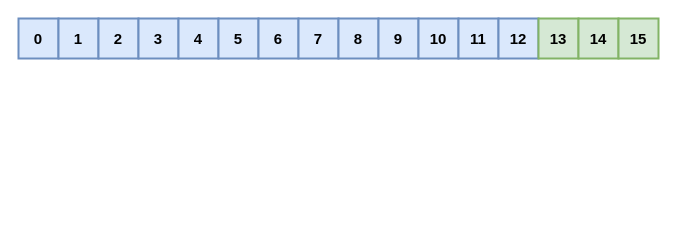
The draw.io diagram redis/redis-scan-slot-1.drawio in donscoco/diagrams, before the edit. Source tidied: cells renumbered, new cells numbered last; positions are measured from the earlier drawing's top-left corner, leaving out a move shared by most shapes. Both pictures are drawn from the tidied source at 100%, with x=0, y=0 at pixel (18, 18).
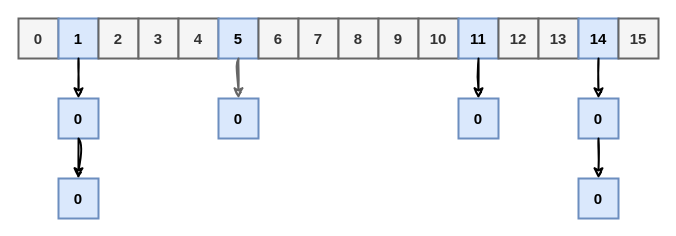
The same diagram, later.

Unchanged cells that the change refers to:
```xml
<mxCell id="3" value="1" style="rounded=0;whiteSpace=wrap;html=1;strokeWidth=2;fillWeight=4;hachureGap=8;hachureAngle=45;fillColor=#dae8fc;strokeColor=#6c8ebf;fontSize=15;fontStyle=1;" parent="1" vertex="1">
  <mxGeometry x="40" width="40" height="40" as="geometry" />
</mxCell>
<mxCell id="7" value="5" style="rounded=0;whiteSpace=wrap;html=1;strokeWidth=2;fillWeight=4;hachureGap=8;hachureAngle=45;fillColor=#dae8fc;strokeColor=#6c8ebf;fontSize=15;fontStyle=1;" parent="1" vertex="1">
  <mxGeometry x="200" width="40" height="40" as="geometry" />
</mxCell>
<mxCell id="13" value="11" style="rounded=0;whiteSpace=wrap;html=1;strokeWidth=2;fillWeight=4;hachureGap=8;hachureAngle=45;fillColor=#dae8fc;strokeColor=#6c8ebf;fontSize=15;fontStyle=1;" parent="1" vertex="1">
  <mxGeometry x="440" width="40" height="40" as="geometry" />
</mxCell>
```

The edit, as a diff of the source:
```diff
@@
-    <mxCell id="2" value="0" style="rounded=0;whiteSpace=wrap;html=1;strokeWidth=2;fillWeight=4;hachureGap=8;hachureAngle=45;fillColor=#dae8fc;strokeColor=#6c8ebf;fontSize=15;fontStyle=1;" parent="1" vertex="1">
+    <mxCell id="2" value="0" style="rounded=0;whiteSpace=wrap;html=1;strokeWidth=2;fillWeight=4;hachureGap=8;hachureAngle=45;fillColor=#f5f5f5;strokeColor=#666666;fontSize=15;fontStyle=1;fontColor=#333333;" parent="1" vertex="1">
       <mxGeometry width="40" height="40" as="geometry" />
     </mxCell>
@@
-    <mxCell id="4" value="2" style="rounded=0;whiteSpace=wrap;html=1;strokeWidth=2;fillWeight=4;hachureGap=8;hachureAngle=45;fillColor=#dae8fc;strokeColor=#6c8ebf;fontSize=15;fontStyle=1;" parent="1" vertex="1">
+    <mxCell id="4" value="2" style="rounded=0;whiteSpace=wrap;html=1;strokeWidth=2;fillWeight=4;hachureGap=8;hachureAngle=45;fillColor=#f5f5f5;strokeColor=#666666;fontSize=15;fontStyle=1;fontColor=#333333;" parent="1" vertex="1">
       <mxGeometry x="80" width="40" height="40" as="geometry" />
     </mxCell>
-    <mxCell id="5" value="3" style="rounded=0;whiteSpace=wrap;html=1;strokeWidth=2;fillWeight=4;hachureGap=8;hachureAngle=45;fillColor=#dae8fc;strokeColor=#6c8ebf;fontSize=15;fontStyle=1;" parent="1" vertex="1">
+    <mxCell id="5" value="3" style="rounded=0;whiteSpace=wrap;html=1;strokeWidth=2;fillWeight=4;hachureGap=8;hachureAngle=45;fillColor=#f5f5f5;strokeColor=#666666;fontSize=15;fontStyle=1;fontColor=#333333;" parent="1" vertex="1">
       <mxGeometry x="120" width="40" height="40" as="geometry" />
     </mxCell>
-    <mxCell id="6" value="4" style="rounded=0;whiteSpace=wrap;html=1;strokeWidth=2;fillWeight=4;hachureGap=8;hachureAngle=45;fillColor=#dae8fc;strokeColor=#6c8ebf;fontSize=15;fontStyle=1;" parent="1" vertex="1">
+    <mxCell id="6" value="4" style="rounded=0;whiteSpace=wrap;html=1;strokeWidth=2;fillWeight=4;hachureGap=8;hachureAngle=45;fillColor=#f5f5f5;strokeColor=#666666;fontSize=15;fontStyle=1;fontColor=#333333;" parent="1" vertex="1">
       <mxGeometry x="160" width="40" height="40" as="geometry" />
     </mxCell>
@@
-    <mxCell id="8" value="6" style="rounded=0;whiteSpace=wrap;html=1;strokeWidth=2;fillWeight=4;hachureGap=8;hachureAngle=45;fillColor=#dae8fc;strokeColor=#6c8ebf;fontSize=15;fontStyle=1;" parent="1" vertex="1">
+    <mxCell id="8" value="6" style="rounded=0;whiteSpace=wrap;html=1;strokeWidth=2;fillWeight=4;hachureGap=8;hachureAngle=45;fillColor=#f5f5f5;strokeColor=#666666;fontSize=15;fontStyle=1;fontColor=#333333;" parent="1" vertex="1">
       <mxGeometry x="240" width="40" height="40" as="geometry" />
     </mxCell>
-    <mxCell id="9" value="7" style="rounded=0;whiteSpace=wrap;html=1;strokeWidth=2;fillWeight=4;hachureGap=8;hachureAngle=45;fillColor=#dae8fc;strokeColor=#6c8ebf;fontSize=15;fontStyle=1;" parent="1" vertex="1">
+    <mxCell id="9" value="7" style="rounded=0;whiteSpace=wrap;html=1;strokeWidth=2;fillWeight=4;hachureGap=8;hachureAngle=45;fillColor=#f5f5f5;strokeColor=#666666;fontSize=15;fontStyle=1;fontColor=#333333;" parent="1" vertex="1">
       <mxGeometry x="280" width="40" height="40" as="geometry" />
     </mxCell>
-    <mxCell id="10" value="8" style="rounded=0;whiteSpace=wrap;html=1;strokeWidth=2;fillWeight=4;hachureGap=8;hachureAngle=45;fillColor=#dae8fc;strokeColor=#6c8ebf;fontSize=15;fontStyle=1;" parent="1" vertex="1">
+    <mxCell id="10" value="8" style="rounded=0;whiteSpace=wrap;html=1;strokeWidth=2;fillWeight=4;hachureGap=8;hachureAngle=45;fillColor=#f5f5f5;strokeColor=#666666;fontSize=15;fontStyle=1;fontColor=#333333;" parent="1" vertex="1">
       <mxGeometry x="320" width="40" height="40" as="geometry" />
     </mxCell>
-    <mxCell id="11" value="9" style="rounded=0;whiteSpace=wrap;html=1;strokeWidth=2;fillWeight=4;hachureGap=8;hachureAngle=45;fillColor=#dae8fc;strokeColor=#6c8ebf;fontSize=15;fontStyle=1;" parent="1" vertex="1">
+    <mxCell id="11" value="9" style="rounded=0;whiteSpace=wrap;html=1;strokeWidth=2;fillWeight=4;hachureGap=8;hachureAngle=45;fillColor=#f5f5f5;strokeColor=#666666;fontSize=15;fontStyle=1;fontColor=#333333;" parent="1" vertex="1">
       <mxGeometry x="360" width="40" height="40" as="geometry" />
     </mxCell>
-    <mxCell id="12" value="10" style="rounded=0;whiteSpace=wrap;html=1;strokeWidth=2;fillWeight=4;hachureGap=8;hachureAngle=45;fillColor=#dae8fc;strokeColor=#6c8ebf;fontSize=15;fontStyle=1;" parent="1" vertex="1">
+    <mxCell id="12" value="10" style="rounded=0;whiteSpace=wrap;html=1;strokeWidth=2;fillWeight=4;hachureGap=8;hachureAngle=45;fillColor=#f5f5f5;strokeColor=#666666;fontSize=15;fontStyle=1;fontColor=#333333;" parent="1" vertex="1">
       <mxGeometry x="400" width="40" height="40" as="geometry" />
     </mxCell>
@@
-    <mxCell id="14" value="12" style="rounded=0;whiteSpace=wrap;html=1;strokeWidth=2;fillWeight=4;hachureGap=8;hachureAngle=45;fillColor=#dae8fc;strokeColor=#6c8ebf;fontSize=15;fontStyle=1;" parent="1" vertex="1">
+    <mxCell id="14" value="12" style="rounded=0;whiteSpace=wrap;html=1;strokeWidth=2;fillWeight=4;hachureGap=8;hachureAngle=45;fillColor=#f5f5f5;strokeColor=#666666;fontSize=15;fontStyle=1;fontColor=#333333;" parent="1" vertex="1">
       <mxGeometry x="480" width="40" height="40" as="geometry" />
     </mxCell>
-    <mxCell id="15" value="13" style="rounded=0;whiteSpace=wrap;html=1;strokeWidth=2;fillWeight=4;hachureGap=8;hachureAngle=45;fillColor=#d5e8d4;strokeColor=#82b366;fontSize=15;fontStyle=1;" parent="1" vertex="1">
+    <mxCell id="15" value="13" style="rounded=0;whiteSpace=wrap;html=1;strokeWidth=2;fillWeight=4;hachureGap=8;hachureAngle=45;fillColor=#f5f5f5;strokeColor=#666666;fontSize=15;fontStyle=1;fontColor=#333333;" parent="1" vertex="1">
       <mxGeometry x="520" width="40" height="40" as="geometry" />
     </mxCell>
-    <mxCell id="16" value="14" style="rounded=0;whiteSpace=wrap;html=1;strokeWidth=2;fillWeight=4;hachureGap=8;hachureAngle=45;fillColor=#d5e8d4;strokeColor=#82b366;fontSize=15;fontStyle=1;" parent="1" vertex="1">
+    <mxCell id="16" value="14" style="rounded=0;whiteSpace=wrap;html=1;strokeWidth=2;fillWeight=4;hachureGap=8;hachureAngle=45;fillColor=#dae8fc;strokeColor=#6c8ebf;fontSize=15;fontStyle=1;" parent="1" vertex="1">
       <mxGeometry x="560" width="40" height="40" as="geometry" />
     </mxCell>
-    <mxCell id="17" value="15" style="rounded=0;whiteSpace=wrap;html=1;strokeWidth=2;fillWeight=4;hachureGap=8;hachureAngle=45;fillColor=#d5e8d4;strokeColor=#82b366;fontSize=15;fontStyle=1;" parent="1" vertex="1">
+    <mxCell id="17" value="15" style="rounded=0;whiteSpace=wrap;html=1;strokeWidth=2;fillWeight=4;hachureGap=8;hachureAngle=45;fillColor=#f5f5f5;strokeColor=#666666;fontSize=15;fontStyle=1;fontColor=#333333;" parent="1" vertex="1">
       <mxGeometry x="600" width="40" height="40" as="geometry" />
     </mxCell>
+    <mxCell id="18" value="0" style="rounded=0;whiteSpace=wrap;html=1;strokeWidth=2;fillWeight=4;hachureGap=8;hachureAngle=45;fillColor=#dae8fc;strokeColor=#6c8ebf;fontSize=15;fontStyle=1;" parent="1" vertex="1">
+      <mxGeometry x="40" y="80" width="40" height="40" as="geometry" />
+    </mxCell>
+    <mxCell id="19" value="0" style="rounded=0;whiteSpace=wrap;html=1;strokeWidth=2;fillWeight=4;hachureGap=8;hachureAngle=45;fillColor=#dae8fc;strokeColor=#6c8ebf;fontSize=15;fontStyle=1;" parent="1" vertex="1">
+      <mxGeometry x="40" y="160" width="40" height="40" as="geometry" />
+    </mxCell>
+    <mxCell id="20" style="endArrow=classic;html=1;rounded=0;strokeWidth=2;sketch=1;curveFitting=1;jiggle=2;exitX=0.5;exitY=1;exitDx=0;exitDy=0;entryX=0.5;entryY=0;entryDx=0;entryDy=0;" parent="1" edge="1" source="18" target="19">
+      <mxGeometry relative="1" as="geometry" />
+    </mxCell>
+    <mxCell id="21" style="endArrow=classic;html=1;rounded=0;sketch=1;strokeWidth=2;exitX=0.5;exitY=1;exitDx=0;exitDy=0;entryX=0.5;entryY=0;entryDx=0;entryDy=0;" parent="1" edge="1" source="3" target="18">
+      <mxGeometry relative="1" as="geometry" />
+    </mxCell>
+    <mxCell id="22" value="0" style="rounded=0;whiteSpace=wrap;html=1;strokeWidth=2;fillWeight=4;hachureGap=8;hachureAngle=45;fillColor=#dae8fc;strokeColor=#6c8ebf;fontSize=15;fontStyle=1;" parent="1" vertex="1">
+      <mxGeometry x="200" y="80" width="40" height="40" as="geometry" />
+    </mxCell>
+    <mxCell id="23" style="endArrow=classic;html=1;rounded=0;strokeWidth=2;sketch=1;curveFitting=1;jiggle=2;exitX=0.5;exitY=1;exitDx=0;exitDy=0;entryX=0.5;entryY=0;entryDx=0;entryDy=0;fillColor=#f5f5f5;strokeColor=#666666;" parent="1" edge="1" source="7" target="22">
+      <mxGeometry relative="1" as="geometry" />
+    </mxCell>
+    <mxCell id="24" value="0" style="rounded=0;whiteSpace=wrap;html=1;strokeWidth=2;fillWeight=4;hachureGap=8;hachureAngle=45;fillColor=#dae8fc;strokeColor=#6c8ebf;fontSize=15;fontStyle=1;" parent="1" vertex="1">
+      <mxGeometry x="440" y="80" width="40" height="40" as="geometry" />
+    </mxCell>
+    <mxCell id="25" style="endArrow=classic;html=1;rounded=0;sketch=1;strokeWidth=2;exitX=0.5;exitY=1;exitDx=0;exitDy=0;entryX=0.5;entryY=0;entryDx=0;entryDy=0;" parent="1" edge="1" source="13" target="24">
+      <mxGeometry relative="1" as="geometry" />
+    </mxCell>
+    <mxCell id="26" value="0" style="rounded=0;whiteSpace=wrap;html=1;strokeWidth=2;fillWeight=4;hachureGap=8;hachureAngle=45;fillColor=#dae8fc;strokeColor=#6c8ebf;fontSize=15;fontStyle=1;" parent="1" vertex="1">
+      <mxGeometry x="560" y="80" width="40" height="40" as="geometry" />
+    </mxCell>
+    <mxCell id="27" value="0" style="rounded=0;whiteSpace=wrap;html=1;strokeWidth=2;fillWeight=4;hachureGap=8;hachureAngle=45;fillColor=#dae8fc;strokeColor=#6c8ebf;fontSize=15;fontStyle=1;" parent="1" vertex="1">
+      <mxGeometry x="560" y="160" width="40" height="40" as="geometry" />
+    </mxCell>
+    <mxCell id="28" style="endArrow=classic;html=1;rounded=0;sketch=1;strokeWidth=2;exitX=0.5;exitY=1;exitDx=0;exitDy=0;entryX=0.5;entryY=0;entryDx=0;entryDy=0;" parent="1" edge="1" source="16" target="26">
+      <mxGeometry relative="1" as="geometry" />
+    </mxCell>
+    <mxCell id="29" style="endArrow=classic;html=1;rounded=0;sketch=1;strokeWidth=2;exitX=0.5;exitY=1;exitDx=0;exitDy=0;entryX=0.5;entryY=0;entryDx=0;entryDy=0;" parent="1" edge="1" source="26" target="27">
+      <mxGeometry relative="1" as="geometry" />
+    </mxCell>
```
